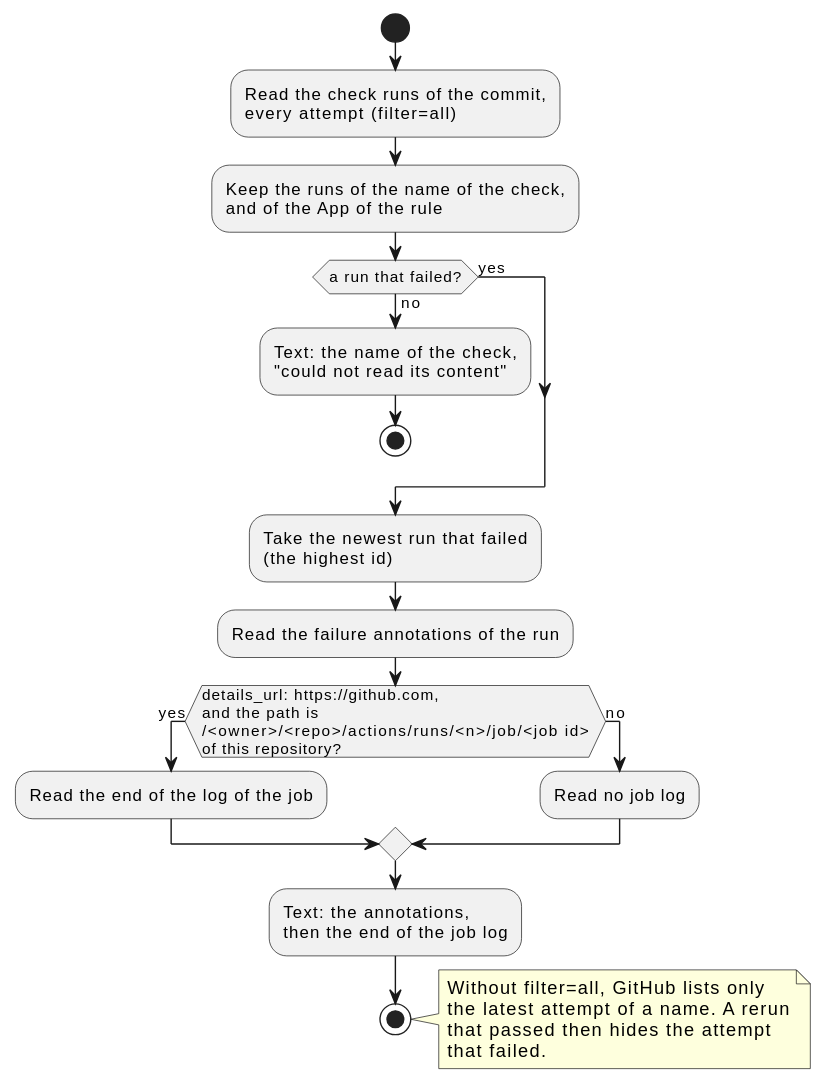
This is docs/ja/designs/poll-failed-check.svg from cloveclovedev/cumin-works, a PlantUML export, as it was before one commit. Its diagram source:
```plantuml
@startuml
skinparam shadowing false
skinparam defaultFontName sans-serif

start
:Read the check runs of the commit,
every attempt (filter=all);
:Keep the runs of the name of the check,
and of the App of the rule;
if (a run that failed?) then (no)
  :Text: the name of the check,
  "could not read its content";
  stop
else (yes)
endif
:Take the newest run that failed
(the highest id);
:Read the failure annotations of the run;
if (details_url: https://github.com,
and the path is
/<owner>/<repo>/actions/runs/<n>/job/<job id>
of this repository?) then (yes)
  :Read the end of the log of the job;
else (no)
  :Read no job log;
endif
:Text: the annotations,
then the end of the job log;
stop

note right
  Without filter=all, GitHub lists only
  the latest attempt of a name. A rerun
  that passed then hides the attempt
  that failed.
end note
@enduml
```
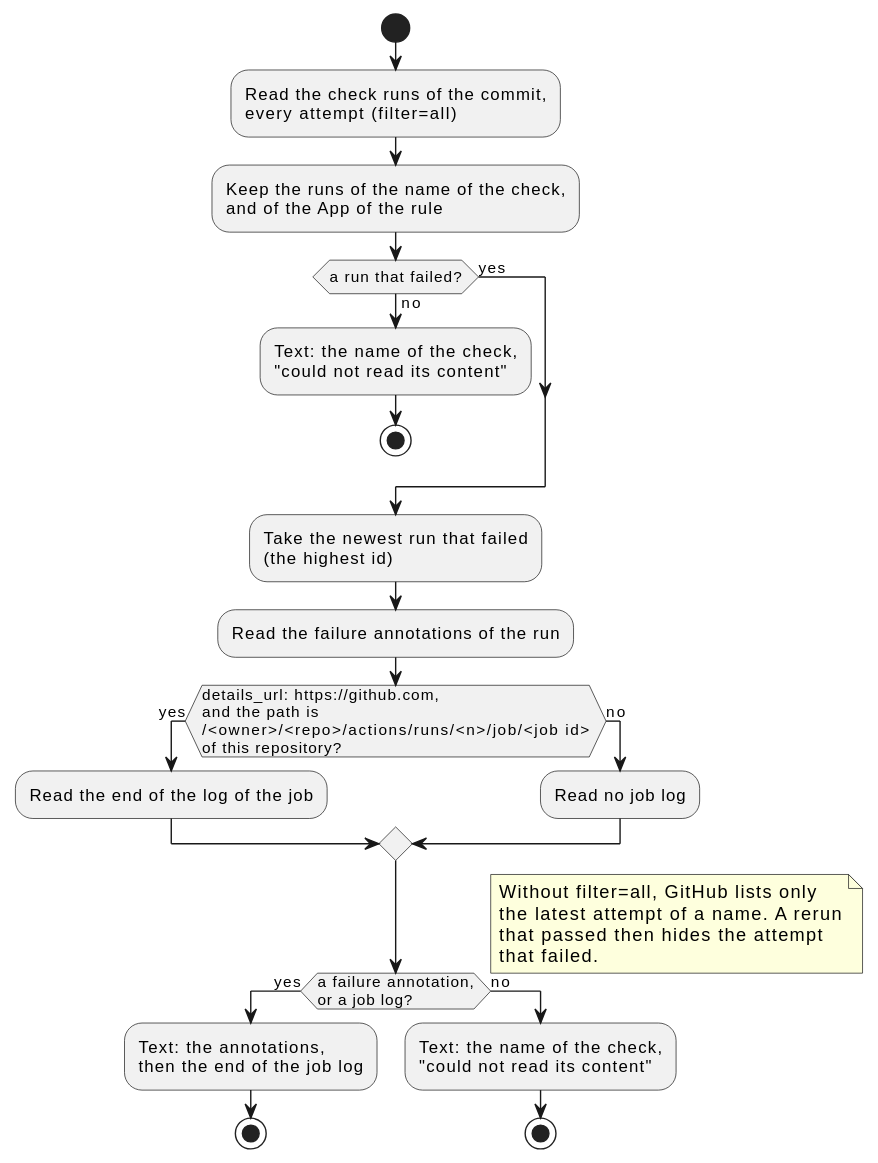
The same diagram one commit later.

Commit message:
test(github): prove that the newest failed attempt of a check is read

Change to the diagram source:
```diff
@@ -24,9 +24,16 @@
 else (no)
   :Read no job log;
 endif
-:Text: the annotations,
-then the end of the job log;
-stop
+if (a failure annotation,
+or a job log?) then (yes)
+  :Text: the annotations,
+  then the end of the job log;
+  stop
+else (no)
+  :Text: the name of the check,
+  "could not read its content";
+  stop
+endif
 
 note right
   Without filter=all, GitHub lists only
```
